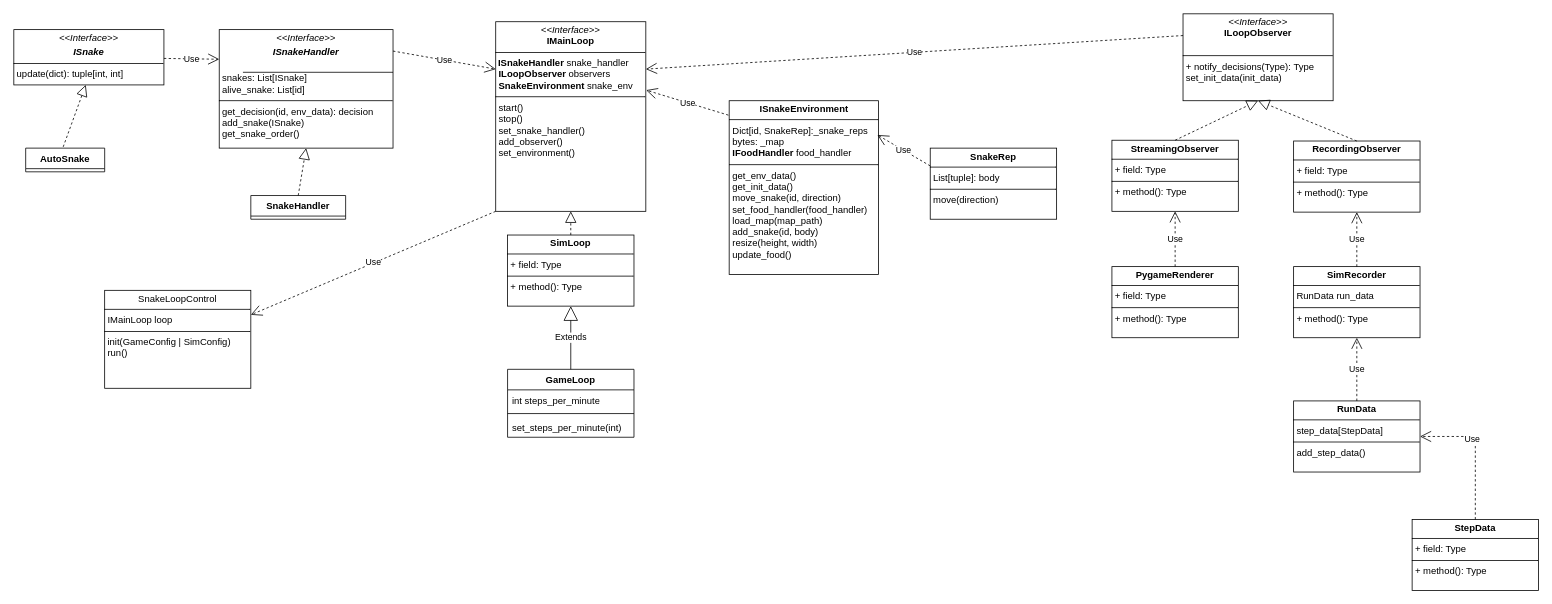
JesperFritsch/snake_sim keeps this draw.io diagram as docs/snake_sim.drawio. Above is the earlier version. Source tidied: cells renumbered, new cells numbered last; positions are measured from the earlier drawing's top-left corner, leaving out a move shared by most shapes. Both pictures are drawn from the tidied source at 79%, with x=0, y=0 at pixel (13, 13).
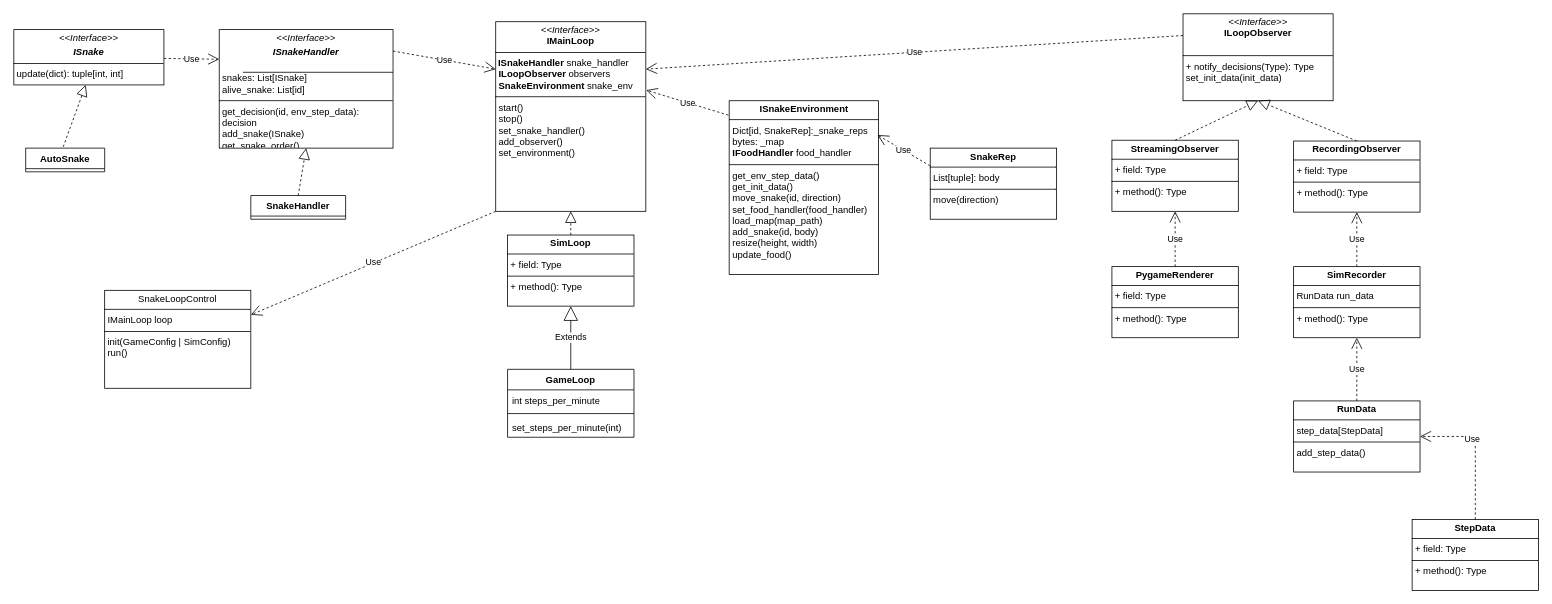
The same diagram, later.

Diff of the diagram source:
```diff
@@
-    <mxCell id="7" value="&lt;p style=&quot;margin:0px;margin-top:4px;text-align:center;&quot;&gt;&lt;i&gt;&amp;lt;&amp;lt;Interface&amp;gt;&amp;gt;&lt;/i&gt;&lt;br&gt;&lt;/p&gt;&lt;p style=&quot;margin:0px;margin-top:4px;text-align:center;&quot;&gt;&lt;i&gt;&lt;b&gt;ISnakeHandler&lt;/b&gt;&lt;/i&gt;&lt;/p&gt;&lt;p style=&quot;margin:0px;margin-top:4px;text-align:center;&quot;&gt;&lt;i&gt;&lt;b&gt;&lt;br&gt;&lt;/b&gt;&lt;/i&gt;&lt;/p&gt;&lt;p style=&quot;margin:0px;margin-left:4px;&quot;&gt;&lt;span style=&quot;background-color: initial;&quot;&gt;snakes: List[ISnake]&lt;/span&gt;&lt;/p&gt;&lt;p style=&quot;margin:0px;margin-left:4px;&quot;&gt;&lt;span style=&quot;background-color: initial;&quot;&gt;alive_snake: List[id]&lt;/span&gt;&lt;/p&gt;&lt;hr size=&quot;1&quot; style=&quot;border-style:solid;&quot;&gt;&lt;p style=&quot;margin:0px;margin-left:4px;&quot;&gt;&lt;span style=&quot;background-color: initial;&quot;&gt;get_decision(id, env_data): decision&lt;/span&gt;&lt;/p&gt;&lt;p style=&quot;margin:0px;margin-left:4px;&quot;&gt;&lt;span style=&quot;background-color: initial;&quot;&gt;add_snake(ISnake)&lt;/span&gt;&lt;/p&gt;&lt;p style=&quot;margin:0px;margin-left:4px;&quot;&gt;&lt;span style=&quot;background-color: initial;&quot;&gt;get_snake_order()&lt;/span&gt;&lt;/p&gt;" style="verticalAlign=top;align=left;overflow=fill;html=1;whiteSpace=wrap;" parent="1" vertex="1">
+    <mxCell id="7" value="&lt;p style=&quot;margin:0px;margin-top:4px;text-align:center;&quot;&gt;&lt;i&gt;&amp;lt;&amp;lt;Interface&amp;gt;&amp;gt;&lt;/i&gt;&lt;br&gt;&lt;/p&gt;&lt;p style=&quot;margin:0px;margin-top:4px;text-align:center;&quot;&gt;&lt;i&gt;&lt;b&gt;ISnakeHandler&lt;/b&gt;&lt;/i&gt;&lt;/p&gt;&lt;p style=&quot;margin:0px;margin-top:4px;text-align:center;&quot;&gt;&lt;i&gt;&lt;b&gt;&lt;br&gt;&lt;/b&gt;&lt;/i&gt;&lt;/p&gt;&lt;p style=&quot;margin:0px;margin-left:4px;&quot;&gt;&lt;span style=&quot;background-color: initial;&quot;&gt;snakes: List[ISnake]&lt;/span&gt;&lt;/p&gt;&lt;p style=&quot;margin:0px;margin-left:4px;&quot;&gt;&lt;span style=&quot;background-color: initial;&quot;&gt;alive_snake: List[id]&lt;/span&gt;&lt;/p&gt;&lt;hr size=&quot;1&quot; style=&quot;border-style:solid;&quot;&gt;&lt;p style=&quot;margin:0px;margin-left:4px;&quot;&gt;&lt;span style=&quot;background-color: initial;&quot;&gt;get_decision(id, env_step_data): decision&lt;/span&gt;&lt;/p&gt;&lt;p style=&quot;margin:0px;margin-left:4px;&quot;&gt;&lt;span style=&quot;background-color: initial;&quot;&gt;add_snake(ISnake)&lt;/span&gt;&lt;/p&gt;&lt;p style=&quot;margin:0px;margin-left:4px;&quot;&gt;&lt;span style=&quot;background-color: initial;&quot;&gt;get_snake_order()&lt;/span&gt;&lt;/p&gt;" style="verticalAlign=top;align=left;overflow=fill;html=1;whiteSpace=wrap;" parent="1" vertex="1">
       <mxGeometry x="260" y="20" width="220" height="150" as="geometry" />
     </mxCell>
@@
-    <mxCell id="35" value="&lt;p style=&quot;margin:0px;margin-top:4px;text-align:center;&quot;&gt;&lt;b&gt;ISnakeEnvironment&lt;/b&gt;&lt;/p&gt;&lt;hr size=&quot;1&quot; style=&quot;border-style:solid;&quot;&gt;&lt;p style=&quot;margin:0px;margin-left:4px;&quot;&gt;Dict[id, SnakeRep]:_snake_reps&lt;/p&gt;&lt;p style=&quot;margin:0px;margin-left:4px;&quot;&gt;bytes: _map&lt;/p&gt;&lt;p style=&quot;margin:0px;margin-left:4px;&quot;&gt;&lt;b&gt;IFoodHandler&amp;nbsp;&lt;/b&gt;food_handler&amp;nbsp;&lt;/p&gt;&lt;hr size=&quot;1&quot; style=&quot;border-style:solid;&quot;&gt;&lt;p style=&quot;margin:0px;margin-left:4px;&quot;&gt;get_env_data()&lt;/p&gt;&lt;p style=&quot;margin:0px;margin-left:4px;&quot;&gt;get_init_data()&lt;/p&gt;&lt;p style=&quot;margin:0px;margin-left:4px;&quot;&gt;move_snake(id, direction)&lt;/p&gt;&lt;p style=&quot;margin:0px;margin-left:4px;&quot;&gt;set_food_handler(food_handler)&lt;/p&gt;&lt;p style=&quot;margin:0px;margin-left:4px;&quot;&gt;load_map(map_path)&lt;/p&gt;&lt;p style=&quot;margin:0px;margin-left:4px;&quot;&gt;add_snake(id, body)&lt;/p&gt;&lt;p style=&quot;margin:0px;margin-left:4px;&quot;&gt;resize(height, width)&lt;/p&gt;&lt;p style=&quot;margin:0px;margin-left:4px;&quot;&gt;update_food()&lt;/p&gt;" style="verticalAlign=top;align=left;overflow=fill;html=1;whiteSpace=wrap;" parent="1" vertex="1">
+    <mxCell id="35" value="&lt;p style=&quot;margin:0px;margin-top:4px;text-align:center;&quot;&gt;&lt;b&gt;ISnakeEnvironment&lt;/b&gt;&lt;/p&gt;&lt;hr size=&quot;1&quot; style=&quot;border-style:solid;&quot;&gt;&lt;p style=&quot;margin:0px;margin-left:4px;&quot;&gt;Dict[id, SnakeRep]:_snake_reps&lt;/p&gt;&lt;p style=&quot;margin:0px;margin-left:4px;&quot;&gt;bytes: _map&lt;/p&gt;&lt;p style=&quot;margin:0px;margin-left:4px;&quot;&gt;&lt;b&gt;IFoodHandler&amp;nbsp;&lt;/b&gt;food_handler&amp;nbsp;&lt;/p&gt;&lt;hr size=&quot;1&quot; style=&quot;border-style:solid;&quot;&gt;&lt;p style=&quot;margin:0px;margin-left:4px;&quot;&gt;get_env_step_data()&lt;/p&gt;&lt;p style=&quot;margin:0px;margin-left:4px;&quot;&gt;get_init_data()&lt;/p&gt;&lt;p style=&quot;margin:0px;margin-left:4px;&quot;&gt;move_snake(id, direction)&lt;/p&gt;&lt;p style=&quot;margin:0px;margin-left:4px;&quot;&gt;set_food_handler(food_handler)&lt;/p&gt;&lt;p style=&quot;margin:0px;margin-left:4px;&quot;&gt;load_map(map_path)&lt;/p&gt;&lt;p style=&quot;margin:0px;margin-left:4px;&quot;&gt;add_snake(id, body)&lt;/p&gt;&lt;p style=&quot;margin:0px;margin-left:4px;&quot;&gt;resize(height, width)&lt;/p&gt;&lt;p style=&quot;margin:0px;margin-left:4px;&quot;&gt;update_food()&lt;/p&gt;" style="verticalAlign=top;align=left;overflow=fill;html=1;whiteSpace=wrap;" parent="1" vertex="1">
       <mxGeometry x="905.5" y="110" width="189" height="220" as="geometry" />
     </mxCell>
```
